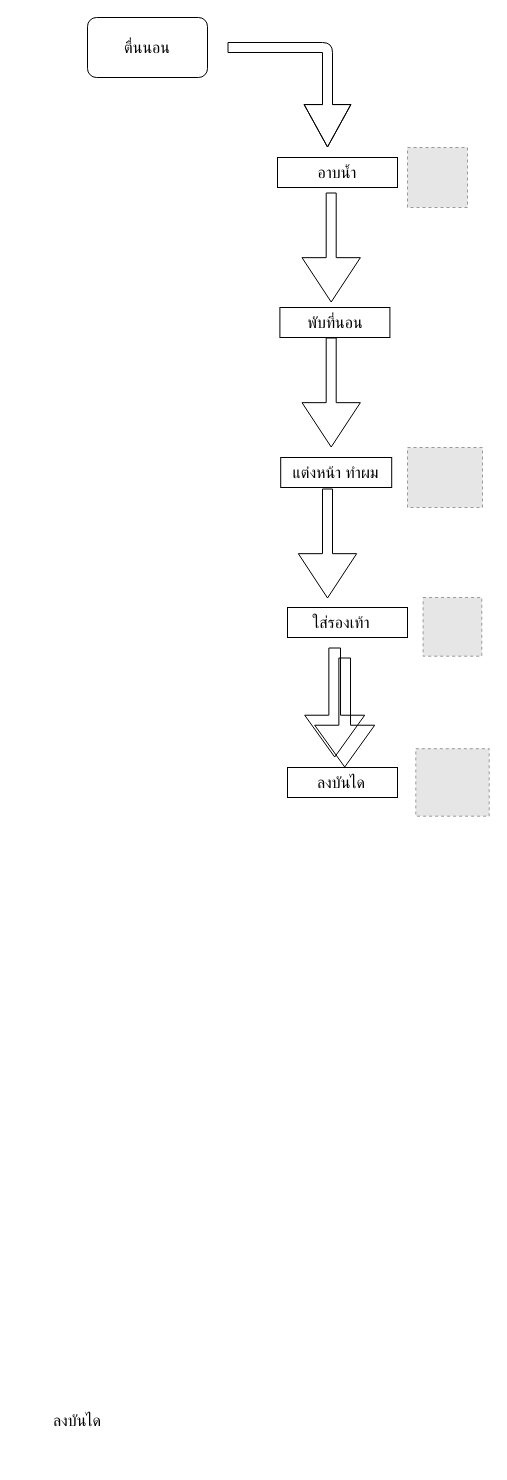
Above: แบบแผนที่ยังไม่ได้ตั้งชื่อ.drawio in natthida-jaja/--- (draw.io), before the change. Source tidied: cells renumbered, new cells numbered last; positions are measured from the earlier drawing's top-left corner, leaving out a move shared by most shapes. Both pictures are drawn from the tidied source at 100%, with x=0, y=0 at pixel (17, 17). Pictures stored in the file or linked from it are replaced by grey dashed boxes.
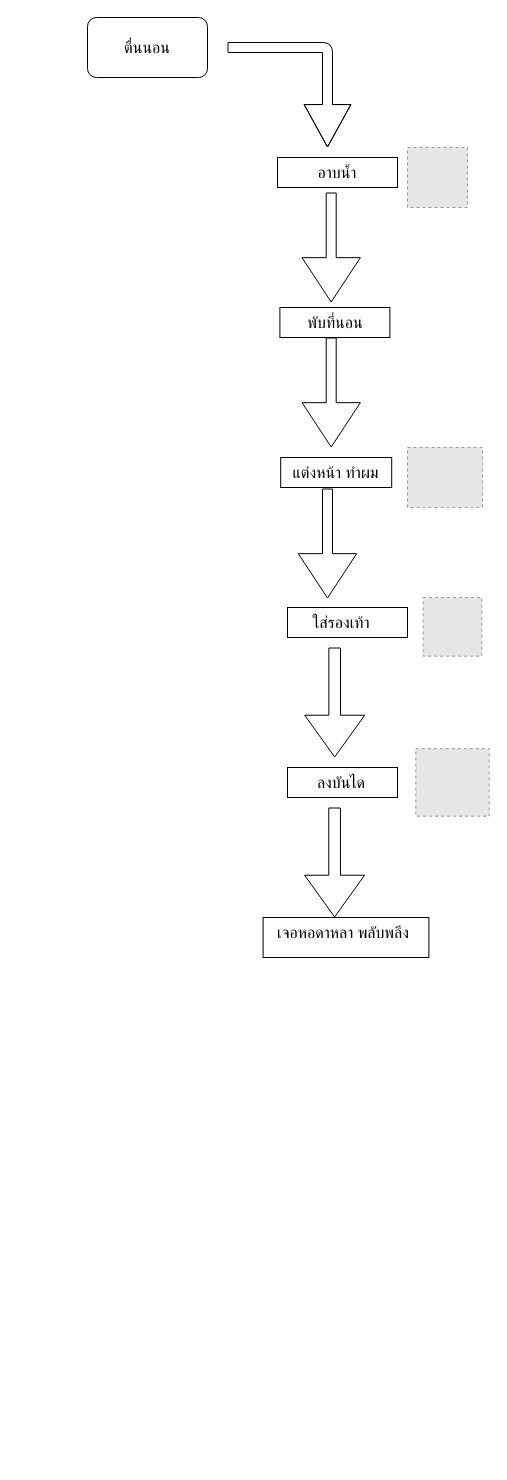
The same page after the edit.

What changed in the source:
```diff
@@
-    <mxCell id="18" value="ลงบันได" style="text;strokeColor=none;fillColor=none;html=1;align=center;verticalAlign=middle;whiteSpace=wrap;rounded=0;fontSize=16;" parent="1" vertex="1">
-      <mxGeometry y="1360" width="120" height="85" as="geometry" />
-    </mxCell>
@@
     <mxCell id="22" style="edgeStyle=none;orthogonalLoop=1;jettySize=auto;html=1;shape=flexArrow;rounded=1;startSize=8;endSize=13.594444444444443;fontSize=12;endArrow=open;sourcePerimeterSpacing=8;targetPerimeterSpacing=8;curved=1;endWidth=47.333333333333336;width=11.666666666666666;" parent="1" edge="1">
       <mxGeometry relative="1" as="geometry">
-        <mxPoint x="327.2" y="640" as="sourcePoint" />
-        <mxPoint x="327.2" y="750" as="targetPoint" />
+        <mxPoint x="317.1" y="790" as="sourcePoint" />
+        <mxPoint x="317.1" y="900" as="targetPoint" />
       </mxGeometry>
     </mxCell>
+    <mxCell id="23" style="rounded=0;whiteSpace=wrap;html=1;fontSize=16;" parent="1" vertex="1">
+      <mxGeometry x="245.6" y="900" width="165.8" height="40" as="geometry" />
+    </mxCell>
+    <mxCell id="24" value="เจอหอดาหลา พลับพลึง" style="text;strokeColor=none;fillColor=none;html=1;align=center;verticalAlign=middle;whiteSpace=wrap;rounded=0;fontSize=16;" parent="1" vertex="1">
+      <mxGeometry x="245.6" y="900" width="160" height="30" as="geometry" />
+    </mxCell>
```
